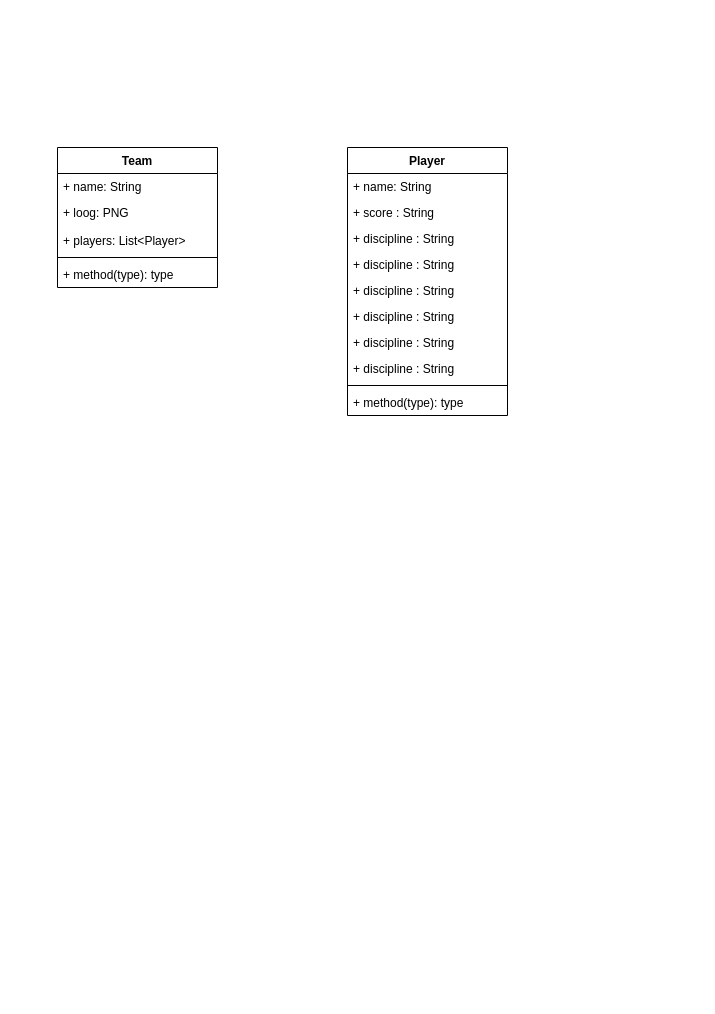
This is TournamentGrid.drawio from TarkWight/TournamentGrid, a draw.io file, before an edit. Source tidied: cells renumbered, new cells numbered last; positions are measured from the earlier drawing's top-left corner, leaving out a move shared by most shapes. Both pictures are drawn from the tidied source at 100%, with x=0, y=0 at pixel (57, 147).
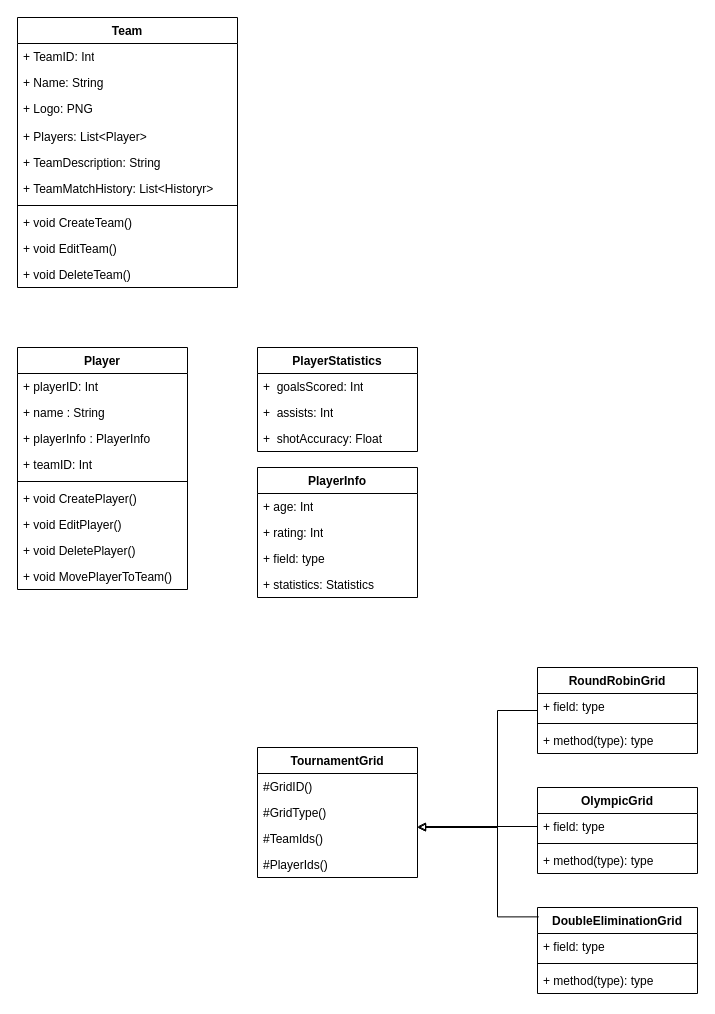
The same page after the edit.

Change to the diagram source:
```diff
@@
     <mxCell id="2" value="Team" style="swimlane;fontStyle=1;align=center;verticalAlign=top;horizontal=1;startSize=26;whiteSpace=wrap;html=1;" parent="1" vertex="1">
-      <mxGeometry width="160" height="140" as="geometry" />
+      <mxGeometry x="-40" y="-130" width="220" height="270" as="geometry" />
     </mxCell>
-    <mxCell id="3" value="+ name: String" style="text;strokeColor=none;fillColor=none;align=left;verticalAlign=top;spacingLeft=4;spacingRight=4;overflow=hidden;whiteSpace=wrap;html=1;" parent="2" vertex="1">
-      <mxGeometry y="26" width="160" height="26" as="geometry" />
+    <mxCell id="3" value="+ TeamID: Int" style="text;strokeColor=none;fillColor=none;align=left;verticalAlign=top;spacingLeft=4;spacingRight=4;overflow=hidden;whiteSpace=wrap;html=1;" parent="2" vertex="1">
+      <mxGeometry y="26" width="220" height="26" as="geometry" />
     </mxCell>
+    <mxCell id="19" value="+&amp;nbsp;Name: String" style="text;strokeColor=none;fillColor=none;align=left;verticalAlign=top;spacingLeft=4;spacingRight=4;overflow=hidden;whiteSpace=wrap;html=1;" parent="2" vertex="1">
+      <mxGeometry y="52" width="220" height="26" as="geometry" />
+    </mxCell>
-    <mxCell id="4" value="+ loog: PNG" style="text;strokeColor=none;fillColor=none;align=left;verticalAlign=top;spacingLeft=4;spacingRight=4;overflow=hidden;whiteSpace=wrap;html=1;" parent="2" vertex="1">
-      <mxGeometry y="52" width="160" height="28" as="geometry" />
+    <mxCell id="4" value="+&amp;nbsp;Logo: PNG" style="text;strokeColor=none;fillColor=none;align=left;verticalAlign=top;spacingLeft=4;spacingRight=4;overflow=hidden;whiteSpace=wrap;html=1;" parent="2" vertex="1">
+      <mxGeometry y="78" width="220" height="28" as="geometry" />
     </mxCell>
-    <mxCell id="5" value="+ players: List&amp;lt;Player&amp;gt;" style="text;strokeColor=none;fillColor=none;align=left;verticalAlign=top;spacingLeft=4;spacingRight=4;overflow=hidden;whiteSpace=wrap;html=1;" parent="2" vertex="1">
-      <mxGeometry y="80" width="160" height="26" as="geometry" />
+    <mxCell id="5" value="+ Players: List&amp;lt;Player&amp;gt;" style="text;strokeColor=none;fillColor=none;align=left;verticalAlign=top;spacingLeft=4;spacingRight=4;overflow=hidden;whiteSpace=wrap;html=1;" parent="2" vertex="1">
+      <mxGeometry y="106" width="220" height="26" as="geometry" />
     </mxCell>
+    <mxCell id="20" value="+ TeamDescription: String" style="text;strokeColor=none;fillColor=none;align=left;verticalAlign=top;spacingLeft=4;spacingRight=4;overflow=hidden;whiteSpace=wrap;html=1;" parent="2" vertex="1">
+      <mxGeometry y="132" width="220" height="26" as="geometry" />
+    </mxCell>
+    <mxCell id="21" value="+ TeamMatchHistory: List&amp;lt;Historyr&amp;gt;" style="text;strokeColor=none;fillColor=none;align=left;verticalAlign=top;spacingLeft=4;spacingRight=4;overflow=hidden;whiteSpace=wrap;html=1;" parent="2" vertex="1">
+      <mxGeometry y="158" width="220" height="26" as="geometry" />
+    </mxCell>
     <mxCell id="6" style="line;strokeWidth=1;fillColor=none;align=left;verticalAlign=middle;spacingTop=-1;spacingLeft=3;spacingRight=3;labelPosition=right;strokeColor=inherit;" parent="2" vertex="1">
-      <mxGeometry y="106" width="160" height="8" as="geometry" />
+      <mxGeometry y="184" width="220" height="8" as="geometry" />
     </mxCell>
-    <mxCell id="7" value="+ method(type): type" style="text;strokeColor=none;fillColor=none;align=left;verticalAlign=top;spacingLeft=4;spacingRight=4;overflow=hidden;whiteSpace=wrap;html=1;" parent="2" vertex="1">
-      <mxGeometry y="114" width="160" height="26" as="geometry" />
-    </mxCell>
+    <mxCell id="22" value="+ void&amp;nbsp;CreateTeam()" style="text;strokeColor=none;fillColor=none;align=left;verticalAlign=top;spacingLeft=4;spacingRight=4;overflow=hidden;whiteSpace=wrap;html=1;" parent="2" vertex="1">
+      <mxGeometry y="192" width="220" height="26" as="geometry" />
+    </mxCell>
+    <mxCell id="23" value="+ void&amp;nbsp;EditTeam()" style="text;strokeColor=none;fillColor=none;align=left;verticalAlign=top;spacingLeft=4;spacingRight=4;overflow=hidden;whiteSpace=wrap;html=1;" parent="2" vertex="1">
+      <mxGeometry y="218" width="220" height="26" as="geometry" />
+    </mxCell>
+    <mxCell id="24" value="+ void&amp;nbsp;DeleteTeam()" style="text;strokeColor=none;fillColor=none;align=left;verticalAlign=top;spacingLeft=4;spacingRight=4;overflow=hidden;whiteSpace=wrap;html=1;" parent="2" vertex="1">
+      <mxGeometry y="244" width="220" height="26" as="geometry" />
+    </mxCell>
     <mxCell id="8" value="Player" style="swimlane;fontStyle=1;align=center;verticalAlign=top;horizontal=1;startSize=26;whiteSpace=wrap;html=1;" parent="1" vertex="1">
-      <mxGeometry x="290" width="160" height="268" as="geometry" />
+      <mxGeometry x="-40" y="200" width="170" height="242" as="geometry" />
     </mxCell>
-    <mxCell id="9" value="+ name: String" style="text;strokeColor=none;fillColor=none;align=left;verticalAlign=top;spacingLeft=4;spacingRight=4;overflow=hidden;whiteSpace=wrap;html=1;" parent="8" vertex="1">
-      <mxGeometry y="26" width="160" height="26" as="geometry" />
+    <mxCell id="9" value="+ playerID: Int" style="text;strokeColor=none;fillColor=none;align=left;verticalAlign=top;spacingLeft=4;spacingRight=4;overflow=hidden;whiteSpace=wrap;html=1;" parent="8" vertex="1">
+      <mxGeometry y="26" width="170" height="26" as="geometry" />
     </mxCell>
-    <mxCell id="10" value="+ score&amp;nbsp;: String" style="text;strokeColor=none;fillColor=none;align=left;verticalAlign=top;spacingLeft=4;spacingRight=4;overflow=hidden;whiteSpace=wrap;html=1;" parent="8" vertex="1">
-      <mxGeometry y="52" width="160" height="26" as="geometry" />
+    <mxCell id="10" value="+ name : String" style="text;strokeColor=none;fillColor=none;align=left;verticalAlign=top;spacingLeft=4;spacingRight=4;overflow=hidden;whiteSpace=wrap;html=1;" parent="8" vertex="1">
+      <mxGeometry y="52" width="170" height="26" as="geometry" />
     </mxCell>
-    <mxCell id="11" value="+ discipline : String" style="text;strokeColor=none;fillColor=none;align=left;verticalAlign=top;spacingLeft=4;spacingRight=4;overflow=hidden;whiteSpace=wrap;html=1;" parent="8" vertex="1">
-      <mxGeometry y="78" width="160" height="26" as="geometry" />
-    </mxCell>
-    <mxCell id="12" value="+ discipline : String" style="text;strokeColor=none;fillColor=none;align=left;verticalAlign=top;spacingLeft=4;spacingRight=4;overflow=hidden;whiteSpace=wrap;html=1;" parent="8" vertex="1">
-      <mxGeometry y="104" width="160" height="26" as="geometry" />
+    <mxCell id="12" value="+ playerInfo : PlayerInfo" style="text;strokeColor=none;fillColor=none;align=left;verticalAlign=top;spacingLeft=4;spacingRight=4;overflow=hidden;whiteSpace=wrap;html=1;" parent="8" vertex="1">
+      <mxGeometry y="78" width="170" height="26" as="geometry" />
     </mxCell>
-    <mxCell id="13" value="+ discipline : String" style="text;strokeColor=none;fillColor=none;align=left;verticalAlign=top;spacingLeft=4;spacingRight=4;overflow=hidden;whiteSpace=wrap;html=1;" parent="8" vertex="1">
-      <mxGeometry y="130" width="160" height="26" as="geometry" />
-    </mxCell>
-    <mxCell id="14" value="+ discipline : String" style="text;strokeColor=none;fillColor=none;align=left;verticalAlign=top;spacingLeft=4;spacingRight=4;overflow=hidden;whiteSpace=wrap;html=1;" parent="8" vertex="1">
-      <mxGeometry y="156" width="160" height="26" as="geometry" />
-    </mxCell>
-    <mxCell id="15" value="+ discipline : String" style="text;strokeColor=none;fillColor=none;align=left;verticalAlign=top;spacingLeft=4;spacingRight=4;overflow=hidden;whiteSpace=wrap;html=1;" parent="8" vertex="1">
-      <mxGeometry y="182" width="160" height="26" as="geometry" />
-    </mxCell>
-    <mxCell id="16" value="+ discipline : String" style="text;strokeColor=none;fillColor=none;align=left;verticalAlign=top;spacingLeft=4;spacingRight=4;overflow=hidden;whiteSpace=wrap;html=1;" parent="8" vertex="1">
-      <mxGeometry y="208" width="160" height="26" as="geometry" />
-    </mxCell>
+    <mxCell id="25" value="+ teamID: Int" style="text;strokeColor=none;fillColor=none;align=left;verticalAlign=top;spacingLeft=4;spacingRight=4;overflow=hidden;whiteSpace=wrap;html=1;" parent="8" vertex="1">
+      <mxGeometry y="104" width="170" height="26" as="geometry" />
+    </mxCell>
     <mxCell id="17" style="line;strokeWidth=1;fillColor=none;align=left;verticalAlign=middle;spacingTop=-1;spacingLeft=3;spacingRight=3;labelPosition=right;strokeColor=inherit;" parent="8" vertex="1">
-      <mxGeometry y="234" width="160" height="8" as="geometry" />
+      <mxGeometry y="130" width="170" height="8" as="geometry" />
     </mxCell>
+    <mxCell id="26" value="+ void&amp;nbsp;CreatePlayer()" style="text;strokeColor=none;fillColor=none;align=left;verticalAlign=top;spacingLeft=4;spacingRight=4;overflow=hidden;whiteSpace=wrap;html=1;" parent="8" vertex="1">
+      <mxGeometry y="138" width="170" height="26" as="geometry" />
+    </mxCell>
-    <mxCell id="18" value="+ method(type): type" style="text;strokeColor=none;fillColor=none;align=left;verticalAlign=top;spacingLeft=4;spacingRight=4;overflow=hidden;whiteSpace=wrap;html=1;" parent="8" vertex="1">
-      <mxGeometry y="242" width="160" height="26" as="geometry" />
+    <mxCell id="18" value="+ void&amp;nbsp;EditPlayer()" style="text;strokeColor=none;fillColor=none;align=left;verticalAlign=top;spacingLeft=4;spacingRight=4;overflow=hidden;whiteSpace=wrap;html=1;" parent="8" vertex="1">
+      <mxGeometry y="164" width="170" height="26" as="geometry" />
     </mxCell>
+    <mxCell id="27" value="+ void&amp;nbsp;DeletePlayer()" style="text;strokeColor=none;fillColor=none;align=left;verticalAlign=top;spacingLeft=4;spacingRight=4;overflow=hidden;whiteSpace=wrap;html=1;" parent="8" vertex="1">
+      <mxGeometry y="190" width="170" height="26" as="geometry" />
+    </mxCell>
+    <mxCell id="28" value="+ void&amp;nbsp;MovePlayerToTeam()" style="text;strokeColor=none;fillColor=none;align=left;verticalAlign=top;spacingLeft=4;spacingRight=4;overflow=hidden;whiteSpace=wrap;html=1;" parent="8" vertex="1">
+      <mxGeometry y="216" width="170" height="26" as="geometry" />
+    </mxCell>
+    <mxCell id="29" value="PlayerInfo" style="swimlane;fontStyle=1;align=center;verticalAlign=top;horizontal=1;startSize=26;whiteSpace=wrap;html=1;" parent="1" vertex="1">
+      <mxGeometry x="200" y="320" width="160" height="130" as="geometry" />
+    </mxCell>
+    <mxCell id="30" value="+ age: Int" style="text;strokeColor=none;fillColor=none;align=left;verticalAlign=top;spacingLeft=4;spacingRight=4;overflow=hidden;whiteSpace=wrap;html=1;" parent="29" vertex="1">
+      <mxGeometry y="26" width="160" height="26" as="geometry" />
+    </mxCell>
+    <mxCell id="31" value="+ rating: Int" style="text;strokeColor=none;fillColor=none;align=left;verticalAlign=top;spacingLeft=4;spacingRight=4;overflow=hidden;whiteSpace=wrap;html=1;" parent="29" vertex="1">
+      <mxGeometry y="52" width="160" height="26" as="geometry" />
+    </mxCell>
+    <mxCell id="32" value="+ field: type" style="text;strokeColor=none;fillColor=none;align=left;verticalAlign=top;spacingLeft=4;spacingRight=4;overflow=hidden;whiteSpace=wrap;html=1;" parent="29" vertex="1">
+      <mxGeometry y="78" width="160" height="26" as="geometry" />
+    </mxCell>
+    <mxCell id="33" value="+&amp;nbsp;statistics: Statistics" style="text;strokeColor=none;fillColor=none;align=left;verticalAlign=top;spacingLeft=4;spacingRight=4;overflow=hidden;whiteSpace=wrap;html=1;" parent="29" vertex="1">
+      <mxGeometry y="104" width="160" height="26" as="geometry" />
+    </mxCell>
+    <mxCell id="34" value="PlayerStatistics" style="swimlane;fontStyle=1;align=center;verticalAlign=top;horizontal=1;startSize=26;whiteSpace=wrap;html=1;" parent="1" vertex="1">
+      <mxGeometry x="200" y="200" width="160" height="104" as="geometry" />
+    </mxCell>
+    <mxCell id="35" value="+ &amp;nbsp;goalsScored: Int" style="text;strokeColor=none;fillColor=none;align=left;verticalAlign=top;spacingLeft=4;spacingRight=4;overflow=hidden;whiteSpace=wrap;html=1;" parent="34" vertex="1">
+      <mxGeometry y="26" width="160" height="26" as="geometry" />
+    </mxCell>
+    <mxCell id="36" value="+&amp;nbsp; assists: Int" style="text;strokeColor=none;fillColor=none;align=left;verticalAlign=top;spacingLeft=4;spacingRight=4;overflow=hidden;whiteSpace=wrap;html=1;" parent="34" vertex="1">
+      <mxGeometry y="52" width="160" height="26" as="geometry" />
+    </mxCell>
+    <mxCell id="37" value="+&amp;nbsp; shotAccuracy: Float" style="text;strokeColor=none;fillColor=none;align=left;verticalAlign=top;spacingLeft=4;spacingRight=4;overflow=hidden;whiteSpace=wrap;html=1;" parent="34" vertex="1">
+      <mxGeometry y="78" width="160" height="26" as="geometry" />
+    </mxCell>
+    <mxCell id="38" value="TournamentGrid" style="swimlane;fontStyle=1;align=center;verticalAlign=top;horizontal=1;startSize=26;whiteSpace=wrap;html=1;" parent="1" vertex="1">
+      <mxGeometry x="200" y="600" width="160" height="130" as="geometry" />
+    </mxCell>
+    <mxCell id="39" value="#GridID()" style="text;strokeColor=none;fillColor=none;align=left;verticalAlign=top;spacingLeft=4;spacingRight=4;overflow=hidden;whiteSpace=wrap;html=1;" parent="38" vertex="1">
+      <mxGeometry y="26" width="160" height="26" as="geometry" />
+    </mxCell>
+    <mxCell id="40" value="#GridType()" style="text;strokeColor=none;fillColor=none;align=left;verticalAlign=top;spacingLeft=4;spacingRight=4;overflow=hidden;whiteSpace=wrap;html=1;" parent="38" vertex="1">
+      <mxGeometry y="52" width="160" height="26" as="geometry" />
+    </mxCell>
+    <mxCell id="41" value="#TeamIds()" style="text;strokeColor=none;fillColor=none;align=left;verticalAlign=top;spacingLeft=4;spacingRight=4;overflow=hidden;whiteSpace=wrap;html=1;" parent="38" vertex="1">
+      <mxGeometry y="78" width="160" height="26" as="geometry" />
+    </mxCell>
+    <mxCell id="42" value="#PlayerIds()" style="text;strokeColor=none;fillColor=none;align=left;verticalAlign=top;spacingLeft=4;spacingRight=4;overflow=hidden;whiteSpace=wrap;html=1;" parent="38" vertex="1">
+      <mxGeometry y="104" width="160" height="26" as="geometry" />
+    </mxCell>
+    <mxCell id="43" value="RoundRobinGrid" style="swimlane;fontStyle=1;align=center;verticalAlign=top;horizontal=1;startSize=26;whiteSpace=wrap;html=1;" parent="1" vertex="1">
+      <mxGeometry x="480" y="520" width="160" height="86" as="geometry" />
+    </mxCell>
+    <mxCell id="44" value="+ field: type" style="text;strokeColor=none;fillColor=none;align=left;verticalAlign=top;spacingLeft=4;spacingRight=4;overflow=hidden;whiteSpace=wrap;html=1;" parent="43" vertex="1">
+      <mxGeometry y="26" width="160" height="26" as="geometry" />
+    </mxCell>
+    <mxCell id="45" style="line;strokeWidth=1;fillColor=none;align=left;verticalAlign=middle;spacingTop=-1;spacingLeft=3;spacingRight=3;labelPosition=right;strokeColor=inherit;" parent="43" vertex="1">
+      <mxGeometry y="52" width="160" height="8" as="geometry" />
+    </mxCell>
+    <mxCell id="46" value="+ method(type): type" style="text;strokeColor=none;fillColor=none;align=left;verticalAlign=top;spacingLeft=4;spacingRight=4;overflow=hidden;whiteSpace=wrap;html=1;" parent="43" vertex="1">
+      <mxGeometry y="60" width="160" height="26" as="geometry" />
+    </mxCell>
+    <mxCell id="47" value="OlympicGrid" style="swimlane;fontStyle=1;align=center;verticalAlign=top;horizontal=1;startSize=26;whiteSpace=wrap;html=1;" parent="1" vertex="1">
+      <mxGeometry x="480" y="640" width="160" height="86" as="geometry" />
+    </mxCell>
+    <mxCell id="48" style="edgeStyle=orthogonalEdgeStyle;rounded=0;jettySize=auto;html=1;endArrow=block;endFill=0;" parent="47" edge="1" source="49">
+      <mxGeometry relative="1" as="geometry">
+        <mxPoint x="-120" y="39" as="targetPoint" />
+        <Array as="points">
+          <mxPoint x="-120" y="39" />
+        </Array>
+      </mxGeometry>
+    </mxCell>
+    <mxCell id="49" value="+ field: type" style="text;strokeColor=none;fillColor=none;align=left;verticalAlign=top;spacingLeft=4;spacingRight=4;overflow=hidden;points=[[0,0.5],[1,0.5]];portConstraint=eastwest;whiteSpace=wrap;html=1;" parent="47" vertex="1">
+      <mxGeometry y="26" width="160" height="26" as="geometry" />
+    </mxCell>
+    <mxCell id="50" style="line;strokeWidth=1;fillColor=none;align=left;verticalAlign=middle;spacingTop=-1;spacingLeft=3;spacingRight=3;labelPosition=right;strokeColor=inherit;" parent="47" vertex="1">
+      <mxGeometry y="52" width="160" height="8" as="geometry" />
+    </mxCell>
+    <mxCell id="51" value="+ method(type): type" style="text;strokeColor=none;fillColor=none;align=left;verticalAlign=top;spacingLeft=4;spacingRight=4;overflow=hidden;whiteSpace=wrap;html=1;" parent="47" vertex="1">
+      <mxGeometry y="60" width="160" height="26" as="geometry" />
+    </mxCell>
+    <mxCell id="52" value="DoubleEliminationGrid" style="swimlane;fontStyle=1;align=center;verticalAlign=top;horizontal=1;startSize=26;whiteSpace=wrap;html=1;" parent="1" vertex="1">
+      <mxGeometry x="480" y="760" width="160" height="86" as="geometry" />
+    </mxCell>
+    <mxCell id="53" value="+ field: type" style="text;strokeColor=none;fillColor=none;align=left;verticalAlign=top;spacingLeft=4;spacingRight=4;overflow=hidden;whiteSpace=wrap;html=1;" parent="52" vertex="1">
+      <mxGeometry y="26" width="160" height="26" as="geometry" />
+    </mxCell>
+    <mxCell id="54" style="line;strokeWidth=1;fillColor=none;align=left;verticalAlign=middle;spacingTop=-1;spacingLeft=3;spacingRight=3;labelPosition=right;strokeColor=inherit;" parent="52" vertex="1">
+      <mxGeometry y="52" width="160" height="8" as="geometry" />
+    </mxCell>
+    <mxCell id="55" value="+ method(type): type" style="text;strokeColor=none;fillColor=none;align=left;verticalAlign=top;spacingLeft=4;spacingRight=4;overflow=hidden;whiteSpace=wrap;html=1;" parent="52" vertex="1">
+      <mxGeometry y="60" width="160" height="26" as="geometry" />
+    </mxCell>
+    <mxCell id="56" style="edgeStyle=orthogonalEdgeStyle;rounded=0;jettySize=auto;html=1;endArrow=block;endFill=0;exitX=0.008;exitY=0.109;exitDx=0;exitDy=0;exitPerimeter=0;" parent="1" edge="1" source="52">
+      <mxGeometry relative="1" as="geometry">
+        <mxPoint x="360" y="680" as="targetPoint" />
+        <Array as="points">
+          <mxPoint x="440" y="769" />
+          <mxPoint x="440" y="680" />
+        </Array>
+      </mxGeometry>
+    </mxCell>
+    <mxCell id="57" style="edgeStyle=orthogonalEdgeStyle;rounded=0;jettySize=auto;html=1;endArrow=block;endFill=0;" parent="1" edge="1" source="43" target="38">
+      <mxGeometry relative="1" as="geometry">
+        <Array as="points">
+          <mxPoint x="440" y="563" />
+          <mxPoint x="440" y="680" />
+        </Array>
+      </mxGeometry>
+    </mxCell>
```
